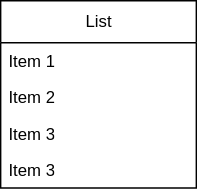
This is ERD.drawio.svg from Abderrahman-Ahouari/Plateforme-de-R-servation-de-Consultations-Juridiques, a draw.io export, as it was before one commit. Source tidied: cells renumbered, new cells last; positions are measured from the earlier drawing's top-left corner, leaving out a move shared by most shapes.
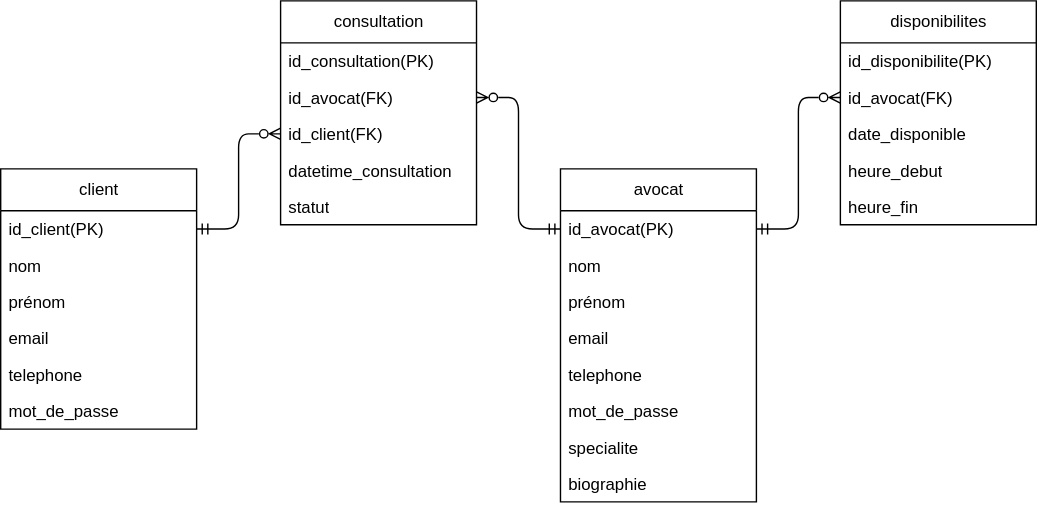
The same diagram one commit later.

Commit message:
i will start working on the interface

Diff of the diagram source:
```diff
@@ -2,20 +2,98 @@
   <root>
     <mxCell id="0" />
     <mxCell id="1" parent="0" />
-    <mxCell id="2" value="List" style="swimlane;fontStyle=0;horizontal=1;startSize=30;fillColor=none;html=1;" parent="1" vertex="1">
-      <mxGeometry width="140" height="134" as="geometry" />
+    <mxCell id="2" value="avocat" style="swimlane;fontStyle=0;horizontal=1;startSize=30;fillColor=none;html=1;" parent="1" vertex="1">
+      <mxGeometry width="140" height="238" as="geometry" />
     </mxCell>
-    <mxCell id="3" value="Item 1" style="text;strokeColor=none;fillColor=none;align=left;verticalAlign=top;spacingLeft=4;spacingRight=4;overflow=hidden;points=[[0,0.5],[1,0.5]];portConstraint=eastwest;whiteSpace=wrap;html=1;" parent="2" vertex="1">
+    <mxCell id="3" value="id_avocat(PK)" style="text;strokeColor=none;fillColor=none;align=left;verticalAlign=top;spacingLeft=4;spacingRight=4;overflow=hidden;points=[[0,0.5],[1,0.5]];portConstraint=eastwest;whiteSpace=wrap;html=1;" parent="2" vertex="1">
       <mxGeometry y="30" width="140" height="26" as="geometry" />
     </mxCell>
-    <mxCell id="4" value="Item 2" style="text;strokeColor=none;fillColor=none;align=left;verticalAlign=top;spacingLeft=4;spacingRight=4;overflow=hidden;whiteSpace=wrap;html=1;" parent="2" vertex="1">
+    <mxCell id="4" value="nom" style="text;strokeColor=none;fillColor=none;align=left;verticalAlign=top;spacingLeft=4;spacingRight=4;overflow=hidden;whiteSpace=wrap;html=1;" parent="2" vertex="1">
       <mxGeometry y="56" width="140" height="26" as="geometry" />
     </mxCell>
-    <mxCell id="5" value="Item 3" style="text;strokeColor=none;fillColor=none;align=left;verticalAlign=top;spacingLeft=4;spacingRight=4;overflow=hidden;whiteSpace=wrap;html=1;" parent="2" vertex="1">
+    <mxCell id="5" value="prénom" style="text;strokeColor=none;fillColor=none;align=left;verticalAlign=top;spacingLeft=4;spacingRight=4;overflow=hidden;whiteSpace=wrap;html=1;" parent="2" vertex="1">
       <mxGeometry y="82" width="140" height="26" as="geometry" />
     </mxCell>
-    <mxCell id="6" value="Item 3" style="text;strokeColor=none;fillColor=none;align=left;verticalAlign=top;spacingLeft=4;spacingRight=4;overflow=hidden;whiteSpace=wrap;html=1;" parent="2" vertex="1">
+    <mxCell id="6" value="email" style="text;strokeColor=none;fillColor=none;align=left;verticalAlign=top;spacingLeft=4;spacingRight=4;overflow=hidden;whiteSpace=wrap;html=1;" parent="2" vertex="1">
       <mxGeometry y="108" width="140" height="26" as="geometry" />
     </mxCell>
+    <mxCell id="7" value="telephone" style="text;strokeColor=none;fillColor=none;align=left;verticalAlign=top;spacingLeft=4;spacingRight=4;overflow=hidden;whiteSpace=wrap;html=1;" parent="2" vertex="1">
+      <mxGeometry y="134" width="140" height="26" as="geometry" />
+    </mxCell>
+    <mxCell id="8" value="mot_de_passe" style="text;strokeColor=none;fillColor=none;align=left;verticalAlign=top;spacingLeft=4;spacingRight=4;overflow=hidden;whiteSpace=wrap;html=1;" parent="2" vertex="1">
+      <mxGeometry y="160" width="140" height="26" as="geometry" />
+    </mxCell>
+    <mxCell id="9" value="specialite" style="text;strokeColor=none;fillColor=none;align=left;verticalAlign=top;spacingLeft=4;spacingRight=4;overflow=hidden;whiteSpace=wrap;html=1;" parent="2" vertex="1">
+      <mxGeometry y="186" width="140" height="26" as="geometry" />
+    </mxCell>
+    <mxCell id="10" value="biographie" style="text;strokeColor=none;fillColor=none;align=left;verticalAlign=top;spacingLeft=4;spacingRight=4;overflow=hidden;whiteSpace=wrap;html=1;" parent="2" vertex="1">
+      <mxGeometry y="212" width="140" height="26" as="geometry" />
+    </mxCell>
+    <mxCell id="11" value="client" style="swimlane;fontStyle=0;horizontal=1;startSize=30;fillColor=none;html=1;" parent="1" vertex="1">
+      <mxGeometry x="-400" width="140" height="186" as="geometry" />
+    </mxCell>
+    <mxCell id="12" value="id_client(PK)" style="text;strokeColor=none;fillColor=none;align=left;verticalAlign=top;spacingLeft=4;spacingRight=4;overflow=hidden;points=[[0,0.5],[1,0.5]];portConstraint=eastwest;whiteSpace=wrap;html=1;" parent="11" vertex="1">
+      <mxGeometry y="30" width="140" height="26" as="geometry" />
+    </mxCell>
+    <mxCell id="13" value="nom" style="text;strokeColor=none;fillColor=none;align=left;verticalAlign=top;spacingLeft=4;spacingRight=4;overflow=hidden;whiteSpace=wrap;html=1;" parent="11" vertex="1">
+      <mxGeometry y="56" width="140" height="26" as="geometry" />
+    </mxCell>
+    <mxCell id="14" value="prénom" style="text;strokeColor=none;fillColor=none;align=left;verticalAlign=top;spacingLeft=4;spacingRight=4;overflow=hidden;whiteSpace=wrap;html=1;" parent="11" vertex="1">
+      <mxGeometry y="82" width="140" height="26" as="geometry" />
+    </mxCell>
+    <mxCell id="15" value="email" style="text;strokeColor=none;fillColor=none;align=left;verticalAlign=top;spacingLeft=4;spacingRight=4;overflow=hidden;whiteSpace=wrap;html=1;" parent="11" vertex="1">
+      <mxGeometry y="108" width="140" height="26" as="geometry" />
+    </mxCell>
+    <mxCell id="16" value="telephone" style="text;strokeColor=none;fillColor=none;align=left;verticalAlign=top;spacingLeft=4;spacingRight=4;overflow=hidden;whiteSpace=wrap;html=1;" parent="11" vertex="1">
+      <mxGeometry y="134" width="140" height="26" as="geometry" />
+    </mxCell>
+    <mxCell id="17" value="mot_de_passe" style="text;strokeColor=none;fillColor=none;align=left;verticalAlign=top;spacingLeft=4;spacingRight=4;overflow=hidden;whiteSpace=wrap;html=1;" parent="11" vertex="1">
+      <mxGeometry y="160" width="140" height="26" as="geometry" />
+    </mxCell>
+    <mxCell id="18" value="disponibilites" style="swimlane;fontStyle=0;horizontal=1;startSize=30;fillColor=none;html=1;" parent="1" vertex="1">
+      <mxGeometry x="200" y="-120" width="140" height="160" as="geometry" />
+    </mxCell>
+    <mxCell id="19" value="id_disponibilite(PK)" style="text;strokeColor=none;fillColor=none;align=left;verticalAlign=top;spacingLeft=4;spacingRight=4;overflow=hidden;whiteSpace=wrap;html=1;" parent="18" vertex="1">
+      <mxGeometry y="30" width="140" height="26" as="geometry" />
+    </mxCell>
+    <mxCell id="20" value="id_avocat(FK)" style="text;strokeColor=none;fillColor=none;align=left;verticalAlign=top;spacingLeft=4;spacingRight=4;overflow=hidden;points=[[0,0.5],[1,0.5]];portConstraint=eastwest;whiteSpace=wrap;html=1;" parent="18" vertex="1">
+      <mxGeometry y="56" width="140" height="26" as="geometry" />
+    </mxCell>
+    <mxCell id="21" value="date_disponible" style="text;strokeColor=none;fillColor=none;align=left;verticalAlign=top;spacingLeft=4;spacingRight=4;overflow=hidden;whiteSpace=wrap;html=1;" parent="18" vertex="1">
+      <mxGeometry y="82" width="140" height="26" as="geometry" />
+    </mxCell>
+    <mxCell id="22" value="heure_debut" style="text;strokeColor=none;fillColor=none;align=left;verticalAlign=top;spacingLeft=4;spacingRight=4;overflow=hidden;whiteSpace=wrap;html=1;" parent="18" vertex="1">
+      <mxGeometry y="108" width="140" height="26" as="geometry" />
+    </mxCell>
+    <mxCell id="23" value="heure_fin" style="text;strokeColor=none;fillColor=none;align=left;verticalAlign=top;spacingLeft=4;spacingRight=4;overflow=hidden;whiteSpace=wrap;html=1;" parent="18" vertex="1">
+      <mxGeometry y="134" width="140" height="26" as="geometry" />
+    </mxCell>
+    <mxCell id="24" value="consultation" style="swimlane;fontStyle=0;horizontal=1;startSize=30;fillColor=none;html=1;" parent="1" vertex="1">
+      <mxGeometry x="-200" y="-120" width="140" height="160" as="geometry" />
+    </mxCell>
+    <mxCell id="25" value="id_consultation(PK)" style="text;strokeColor=none;fillColor=none;align=left;verticalAlign=top;spacingLeft=4;spacingRight=4;overflow=hidden;whiteSpace=wrap;html=1;" parent="24" vertex="1">
+      <mxGeometry y="30" width="140" height="26" as="geometry" />
+    </mxCell>
+    <mxCell id="26" value="id_avocat(FK)" style="text;strokeColor=none;fillColor=none;align=left;verticalAlign=top;spacingLeft=4;spacingRight=4;overflow=hidden;points=[[0,0.5],[1,0.5]];portConstraint=eastwest;whiteSpace=wrap;html=1;" parent="24" vertex="1">
+      <mxGeometry y="56" width="140" height="26" as="geometry" />
+    </mxCell>
+    <mxCell id="27" value="id_client(FK)" style="text;strokeColor=none;fillColor=none;align=left;verticalAlign=top;spacingLeft=4;spacingRight=4;overflow=hidden;points=[[0,0.5],[1,0.5]];portConstraint=eastwest;whiteSpace=wrap;html=1;" parent="24" vertex="1">
+      <mxGeometry y="82" width="140" height="26" as="geometry" />
+    </mxCell>
+    <mxCell id="28" value="datetime_consultation" style="text;strokeColor=none;fillColor=none;align=left;verticalAlign=top;spacingLeft=4;spacingRight=4;overflow=hidden;whiteSpace=wrap;html=1;" parent="24" vertex="1">
+      <mxGeometry y="108" width="140" height="26" as="geometry" />
+    </mxCell>
+    <mxCell id="29" value="statut" style="text;strokeColor=none;fillColor=none;align=left;verticalAlign=top;spacingLeft=4;spacingRight=4;overflow=hidden;whiteSpace=wrap;html=1;" parent="24" vertex="1">
+      <mxGeometry y="134" width="140" height="26" as="geometry" />
+    </mxCell>
+    <mxCell id="30" style="edgeStyle=entityRelationEdgeStyle;fontSize=12;html=1;endArrow=ERzeroToMany;startArrow=ERmandOne;entryX=0;entryY=0.5;entryDx=0;entryDy=0;exitX=1;exitY=0.5;exitDx=0;exitDy=0;endFill=0;startFill=0;" parent="1" edge="1" source="3" target="20">
+      <mxGeometry relative="1" as="geometry" />
+    </mxCell>
+    <mxCell id="31" style="edgeStyle=entityRelationEdgeStyle;fontSize=12;html=1;endArrow=ERzeroToMany;startArrow=ERmandOne;entryX=0;entryY=0.5;entryDx=0;entryDy=0;exitX=1;exitY=0.5;exitDx=0;exitDy=0;endFill=0;startFill=0;" parent="1" edge="1" source="12" target="27">
+      <mxGeometry relative="1" as="geometry" />
+    </mxCell>
+    <mxCell id="32" style="edgeStyle=entityRelationEdgeStyle;fontSize=12;html=1;endArrow=ERmandOne;startArrow=ERzeroToMany;exitX=1;exitY=0.5;exitDx=0;exitDy=0;endFill=0;startFill=0;entryX=0;entryY=0.5;entryDx=0;entryDy=0;" parent="1" edge="1" source="26" target="3">
+      <mxGeometry relative="1" as="geometry" />
+    </mxCell>
   </root>
 </mxGraphModel>
```
